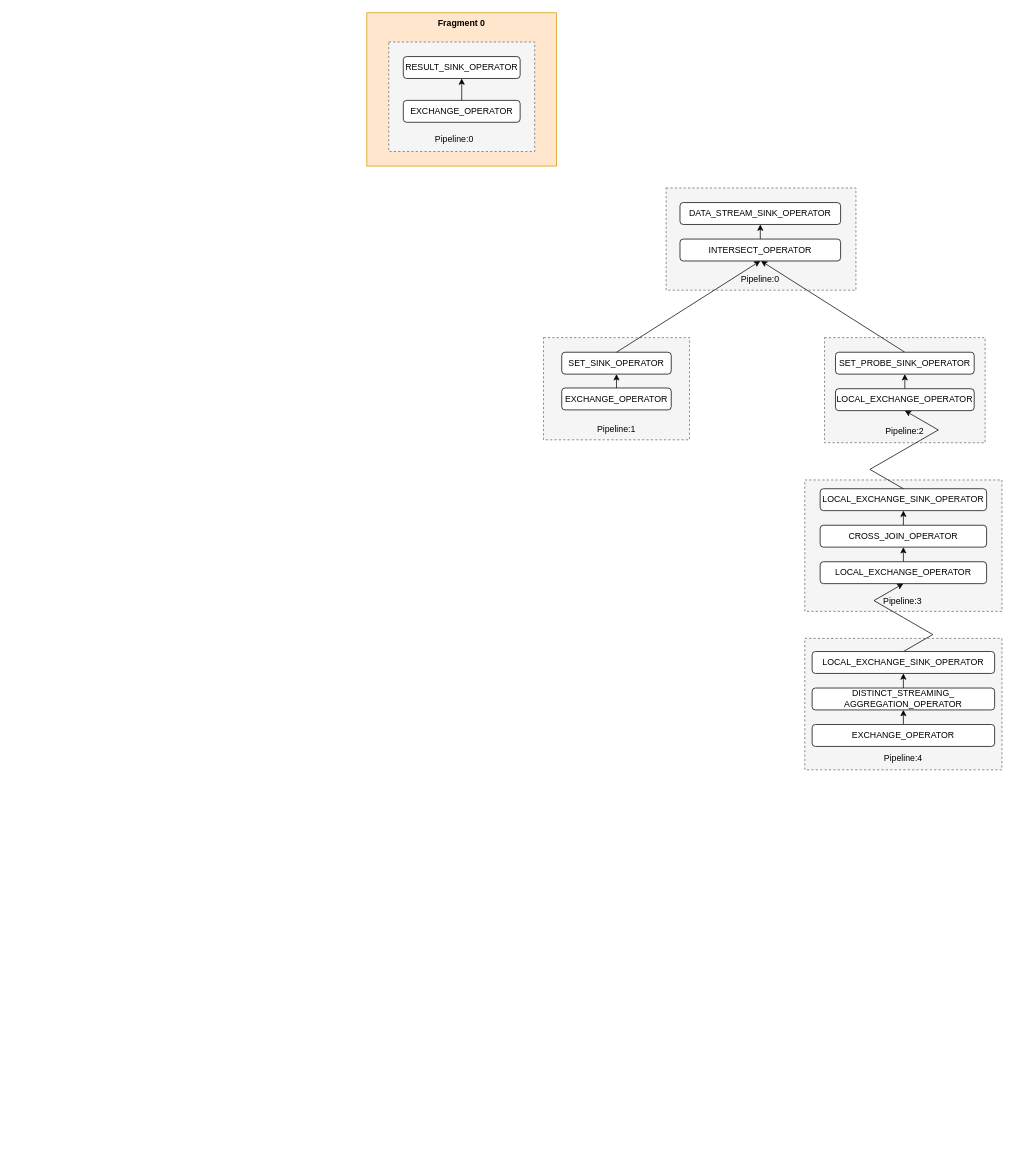
Above: Doris_pipeline.drawio in kingstar158/HelloWorld (draw.io), before the change. Source tidied: cells renumbered, new cells numbered last; positions are measured from the earlier drawing's top-left corner, leaving out a move shared by most shapes. Both pictures are drawn from the tidied source at 73%, with x=0, y=0 at pixel (366, 12).
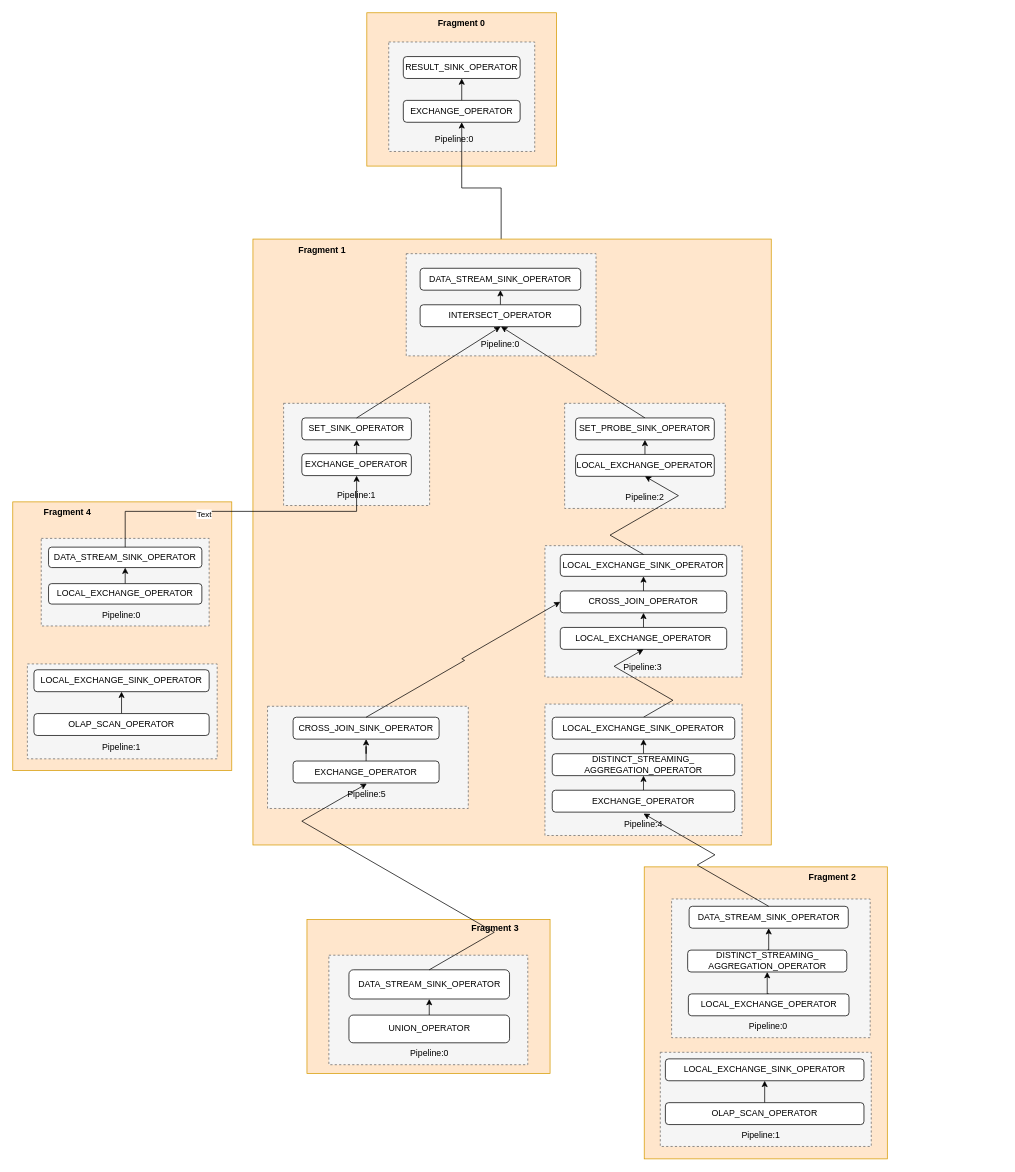
Above is the later version.

The change refers to these unchanged cells:
```xml
<mxCell id="9" value="EXCHANGE_OPERATOR" style="rounded=1;whiteSpace=wrap;html=1;" parent="4" vertex="1">
  <mxGeometry x="50" y="120" width="160" height="30" as="geometry" />
</mxCell>
<mxCell id="13" style="rounded=0;whiteSpace=wrap;html=1;fillColor=#f5f5f5;dashed=1;strokeColor=#666666;fontColor=#333333;" parent="12" vertex="1">
  <mxGeometry width="260" height="140" as="geometry" />
</mxCell>
<mxCell id="16" value="INTERSECT_OPERATOR" style="rounded=1;whiteSpace=wrap;html=1;" parent="12" vertex="1">
  <mxGeometry x="19" y="70" width="220" height="30" as="geometry" />
</mxCell>
<mxCell id="22" value="SET_SINK_OPERATOR" style="rounded=1;whiteSpace=wrap;html=1;" parent="20" vertex="1">
  <mxGeometry x="25" y="20" width="150" height="30" as="geometry" />
</mxCell>
<mxCell id="23" value="EXCHANGE_OPERATOR" style="rounded=1;whiteSpace=wrap;html=1;" parent="20" vertex="1">
  <mxGeometry x="25" y="69" width="150" height="30" as="geometry" />
</mxCell>
<mxCell id="32" value="LOCAL_EXCHANGE_SINK_OPERATOR" style="rounded=1;whiteSpace=wrap;html=1;" parent="30" vertex="1">
  <mxGeometry x="21" y="12" width="228" height="30" as="geometry" />
</mxCell>
<mxCell id="34" value="CROSS_JOIN_OPERATOR" style="rounded=1;whiteSpace=wrap;html=1;" parent="30" vertex="1">
  <mxGeometry x="21" y="62" width="228" height="30" as="geometry" />
</mxCell>
<mxCell id="36" value="LOCAL_EXCHANGE_OPERATOR" style="rounded=1;whiteSpace=wrap;html=1;" parent="30" vertex="1">
  <mxGeometry x="21" y="112" width="228" height="30" as="geometry" />
</mxCell>
```

The edit, as a diff of the source:
```diff
@@
-    <mxCell id="2" style="rounded=0;whiteSpace=wrap;html=1;fillColor=#f5f5f5;dashed=1;strokeColor=#666666;fontColor=#333333;" parent="1" vertex="1">
-      <mxGeometry x="600" y="857" width="270" height="180" as="geometry" />
-    </mxCell>
-    <mxCell id="3" style="rounded=0;whiteSpace=wrap;html=1;fillColor=#f5f5f5;dashed=1;strokeColor=#666666;fontColor=#333333;" parent="1" vertex="1">
-      <mxGeometry x="627" y="445" width="220" height="144" as="geometry" />
-    </mxCell>
+    <mxCell id="46" style="rounded=0;whiteSpace=wrap;html=1;fillColor=#ffe6cc;strokeColor=#d79b00;" parent="1" vertex="1">
+      <mxGeometry x="-485" y="670" width="300" height="368" as="geometry" />
+    </mxCell>
+    <mxCell id="47" style="rounded=0;whiteSpace=wrap;html=1;fillColor=#f5f5f5;dashed=1;strokeColor=#666666;fontColor=#333333;" parent="1" vertex="1">
+      <mxGeometry x="-465" y="892" width="260" height="130" as="geometry" />
+    </mxCell>
+    <mxCell id="48" style="rounded=0;whiteSpace=wrap;html=1;fillColor=#ffe6cc;strokeColor=#d79b00;" parent="1" vertex="1">
+      <mxGeometry x="380" y="1170" width="333" height="400" as="geometry" />
+    </mxCell>
+    <mxCell id="49" style="rounded=0;whiteSpace=wrap;html=1;fillColor=#f5f5f5;dashed=1;strokeColor=#666666;fontColor=#333333;" parent="1" vertex="1">
+      <mxGeometry x="417.5" y="1214" width="272" height="190" as="geometry" />
+    </mxCell>
@@
+    <mxCell id="50" value="DATA_STREAM_SINK_OPERATOR" style="rounded=1;whiteSpace=wrap;html=1;" parent="1" vertex="1">
+      <mxGeometry x="441.5" y="1224" width="218" height="30" as="geometry" />
+    </mxCell>
+    <mxCell id="51" style="edgeStyle=orthogonalEdgeStyle;rounded=0;jettySize=auto;html=1;exitX=0.5;exitY=0;exitDx=0;exitDy=0;entryX=0.5;entryY=1;entryDx=0;entryDy=0;" parent="1" edge="1" source="52" target="50">
+      <mxGeometry relative="1" as="geometry" />
+    </mxCell>
+    <mxCell id="52" value="DISTINCT_STREAMING_&lt;div&gt;AGGREGATION_OPERATOR&lt;/div&gt;" style="rounded=1;whiteSpace=wrap;html=1;" parent="1" vertex="1">
+      <mxGeometry x="439.5" y="1284" width="218" height="30" as="geometry" />
+    </mxCell>
+    <mxCell id="53" style="edgeStyle=orthogonalEdgeStyle;rounded=0;jettySize=auto;html=1;exitX=0.5;exitY=0;exitDx=0;exitDy=0;entryX=0.5;entryY=1;entryDx=0;entryDy=0;" parent="1" edge="1" source="54" target="52">
+      <mxGeometry relative="1" as="geometry" />
+    </mxCell>
+    <mxCell id="54" value="LOCAL_EXCHANGE_OPERATOR" style="rounded=1;whiteSpace=wrap;html=1;" parent="1" vertex="1">
+      <mxGeometry x="440.5" y="1344" width="220" height="30" as="geometry" />
+    </mxCell>
+    <mxCell id="55" value="Pipeline:0" style="text;html=1;align=center;verticalAlign=middle;whiteSpace=wrap;rounded=0;" parent="1" vertex="1">
+      <mxGeometry x="519.5" y="1374" width="60" height="30" as="geometry" />
+    </mxCell>
+    <mxCell id="56" style="group;" parent="1" vertex="1">
+      <mxGeometry x="402" y="1424" width="289" height="129" as="geometry" />
+    </mxCell>
+    <mxCell id="57" style="rounded=0;whiteSpace=wrap;html=1;fillColor=#f5f5f5;dashed=1;strokeColor=#666666;fontColor=#333333;" parent="56" vertex="1">
+      <mxGeometry width="289" height="129" as="geometry" />
+    </mxCell>
+    <mxCell id="58" value="LOCAL_EXCHANGE_SINK_OPERATOR" style="rounded=1;whiteSpace=wrap;html=1;" parent="56" vertex="1">
+      <mxGeometry x="7" y="9" width="272" height="30" as="geometry" />
+    </mxCell>
+    <mxCell id="59" style="edgeStyle=orthogonalEdgeStyle;rounded=0;jettySize=auto;html=1;exitX=0.5;exitY=0;exitDx=0;exitDy=0;entryX=0.5;entryY=1;entryDx=0;entryDy=0;" parent="56" edge="1" source="60" target="58">
+      <mxGeometry relative="1" as="geometry" />
+    </mxCell>
+    <mxCell id="60" value="OLAP_SCAN_OPERATOR" style="rounded=1;whiteSpace=wrap;html=1;" parent="56" vertex="1">
+      <mxGeometry x="7" y="69" width="272" height="30" as="geometry" />
+    </mxCell>
+    <mxCell id="61" value="Pipeline:1" style="text;html=1;align=center;verticalAlign=middle;whiteSpace=wrap;rounded=0;" parent="56" vertex="1">
+      <mxGeometry x="108" y="99" width="60" height="30" as="geometry" />
+    </mxCell>
+    <mxCell id="62" value="&lt;b&gt;Fragment 2&lt;/b&gt;" style="text;html=1;align=center;verticalAlign=middle;whiteSpace=wrap;rounded=0;" parent="1" vertex="1">
+      <mxGeometry x="563" y="1170" width="150" height="30" as="geometry" />
+    </mxCell>
+    <mxCell id="63" style="group;" parent="1" vertex="1">
+      <mxGeometry x="-82" y="1240" width="333" height="213" as="geometry" />
+    </mxCell>
+    <mxCell id="64" style="rounded=0;whiteSpace=wrap;html=1;fillColor=#ffe6cc;strokeColor=#d79b00;" parent="63" vertex="1">
+      <mxGeometry y="2" width="333" height="211" as="geometry" />
+    </mxCell>
+    <mxCell id="65" style="rounded=0;whiteSpace=wrap;html=1;fillColor=#f5f5f5;dashed=1;strokeColor=#666666;fontColor=#333333;" parent="63" vertex="1">
+      <mxGeometry x="30" y="51" width="272.5" height="150" as="geometry" />
+    </mxCell>
+    <mxCell id="66" value="DATA_STREAM_SINK_OPERATOR" style="rounded=1;whiteSpace=wrap;html=1;" parent="63" vertex="1">
+      <mxGeometry x="57.5" y="71" width="220" height="40" as="geometry" />
+    </mxCell>
+    <mxCell id="67" style="edgeStyle=orthogonalEdgeStyle;rounded=0;jettySize=auto;html=1;exitX=0.5;exitY=0;exitDx=0;exitDy=0;entryX=0.5;entryY=1;entryDx=0;entryDy=0;" parent="63" edge="1" source="68" target="66">
+      <mxGeometry relative="1" as="geometry" />
+    </mxCell>
+    <mxCell id="68" value="UNION_OPERATOR" style="rounded=1;whiteSpace=wrap;html=1;" parent="63" vertex="1">
+      <mxGeometry x="57.5" y="133" width="220" height="38" as="geometry" />
+    </mxCell>
+    <mxCell id="69" value="Pipeline:0" style="text;html=1;align=center;verticalAlign=middle;whiteSpace=wrap;rounded=0;" parent="63" vertex="1">
+      <mxGeometry x="137.5" y="171" width="60" height="30" as="geometry" />
+    </mxCell>
+    <mxCell id="70" value="&lt;b&gt;Fragment 3&lt;/b&gt;" style="text;html=1;align=center;verticalAlign=middle;whiteSpace=wrap;rounded=0;" parent="63" vertex="1">
+      <mxGeometry x="182.5" width="150" height="30" as="geometry" />
+    </mxCell>
+    <mxCell id="71" style="edgeStyle=orthogonalEdgeStyle;rounded=0;jettySize=auto;html=1;exitX=0.5;exitY=0;exitDx=0;exitDy=0;entryX=0.5;entryY=1;entryDx=0;entryDy=0;" parent="1" edge="1" source="13" target="9">
+      <mxGeometry relative="1" as="geometry" />
+    </mxCell>
+    <mxCell id="72" style="group;" parent="1" vertex="1">
+      <mxGeometry x="-156" y="310" width="710" height="830" as="geometry" />
+    </mxCell>
+    <mxCell id="73" style="rounded=0;whiteSpace=wrap;html=1;fillColor=#ffe6cc;strokeColor=#d79b00;" parent="72" vertex="1">
+      <mxGeometry width="710" height="830" as="geometry" />
+    </mxCell>
+    <mxCell id="2" style="rounded=0;whiteSpace=wrap;html=1;fillColor=#f5f5f5;dashed=1;strokeColor=#666666;fontColor=#333333;" parent="72" vertex="1">
+      <mxGeometry x="400" y="637" width="270" height="180" as="geometry" />
+    </mxCell>
+    <mxCell id="3" style="rounded=0;whiteSpace=wrap;html=1;fillColor=#f5f5f5;dashed=1;strokeColor=#666666;fontColor=#333333;" parent="72" vertex="1">
+      <mxGeometry x="427" y="225" width="220" height="144" as="geometry" />
+    </mxCell>
-    <mxCell id="12" style="group;" parent="1" vertex="1">
-      <mxGeometry x="410" y="240" width="260" height="140" as="geometry" />
+    <mxCell id="12" style="group;" parent="72" vertex="1">
+      <mxGeometry x="210" y="20" width="260" height="140" as="geometry" />
     </mxCell>
@@
-    <mxCell id="18" style="rounded=0;jettySize=auto;html=1;exitX=0.5;exitY=0;exitDx=0;exitDy=0;" parent="1" edge="1" source="19">
+    <mxCell id="18" style="rounded=0;jettySize=auto;html=1;exitX=0.5;exitY=0;exitDx=0;exitDy=0;" parent="72" edge="1" source="19">
       <mxGeometry relative="1" as="geometry">
-        <mxPoint x="540" y="340" as="targetPoint" />
+        <mxPoint x="340" y="120" as="targetPoint" />
       </mxGeometry>
     </mxCell>
-    <mxCell id="19" value="SET_PROBE_SINK_OPERATOR" style="rounded=1;whiteSpace=wrap;html=1;" parent="1" vertex="1">
-      <mxGeometry x="642" y="465" width="190" height="30" as="geometry" />
+    <mxCell id="19" value="SET_PROBE_SINK_OPERATOR" style="rounded=1;whiteSpace=wrap;html=1;" parent="72" vertex="1">
+      <mxGeometry x="442" y="245" width="190" height="30" as="geometry" />
     </mxCell>
-    <mxCell id="20" style="group;" parent="1" vertex="1">
-      <mxGeometry x="242" y="445" width="200" height="141" as="geometry" />
+    <mxCell id="20" style="group;" parent="72" vertex="1">
+      <mxGeometry x="42" y="225" width="200" height="141" as="geometry" />
     </mxCell>
@@
-    <mxCell id="26" style="edgeStyle=orthogonalEdgeStyle;rounded=0;jettySize=auto;html=1;exitX=0.5;exitY=0;exitDx=0;exitDy=0;entryX=0.5;entryY=1;entryDx=0;entryDy=0;" parent="1" edge="1" source="27" target="19">
+    <mxCell id="26" style="edgeStyle=orthogonalEdgeStyle;rounded=0;jettySize=auto;html=1;exitX=0.5;exitY=0;exitDx=0;exitDy=0;entryX=0.5;entryY=1;entryDx=0;entryDy=0;" parent="72" edge="1" source="27" target="19">
       <mxGeometry relative="1" as="geometry" />
     </mxCell>
-    <mxCell id="27" value="LOCAL_EXCHANGE_OPERATOR" style="rounded=1;whiteSpace=wrap;html=1;" parent="1" vertex="1">
-      <mxGeometry x="642" y="515" width="190" height="30" as="geometry" />
+    <mxCell id="27" value="LOCAL_EXCHANGE_OPERATOR" style="rounded=1;whiteSpace=wrap;html=1;" parent="72" vertex="1">
+      <mxGeometry x="442" y="295" width="190" height="30" as="geometry" />
     </mxCell>
-    <mxCell id="28" value="Pipeline:2" style="text;html=1;align=center;verticalAlign=middle;whiteSpace=wrap;rounded=0;" parent="1" vertex="1">
-      <mxGeometry x="707" y="559" width="60" height="30" as="geometry" />
+    <mxCell id="28" value="Pipeline:2" style="text;html=1;align=center;verticalAlign=middle;whiteSpace=wrap;rounded=0;" parent="72" vertex="1">
+      <mxGeometry x="507" y="339" width="60" height="30" as="geometry" />
     </mxCell>
-    <mxCell id="29" style="rounded=0;jettySize=auto;html=1;exitX=0.5;exitY=0;exitDx=0;exitDy=0;entryX=0.5;entryY=1;entryDx=0;entryDy=0;" parent="1" edge="1" source="22" target="16">
+    <mxCell id="29" style="rounded=0;jettySize=auto;html=1;exitX=0.5;exitY=0;exitDx=0;exitDy=0;entryX=0.5;entryY=1;entryDx=0;entryDy=0;" parent="72" edge="1" source="22" target="16">
       <mxGeometry relative="1" as="geometry" />
     </mxCell>
-    <mxCell id="30" style="group;" parent="1" vertex="1">
-      <mxGeometry x="600" y="640" width="270" height="182" as="geometry" />
+    <mxCell id="30" style="group;" parent="72" vertex="1">
+      <mxGeometry x="400" y="420" width="270" height="182" as="geometry" />
     </mxCell>
@@
-    <mxCell id="38" style="edgeStyle=isometricEdgeStyle;rounded=0;jettySize=auto;html=1;exitX=0.5;exitY=0;exitDx=0;exitDy=0;entryX=0.5;entryY=1;entryDx=0;entryDy=0;" parent="1" edge="1" source="39" target="36">
+    <mxCell id="38" style="edgeStyle=isometricEdgeStyle;rounded=0;jettySize=auto;html=1;exitX=0.5;exitY=0;exitDx=0;exitDy=0;entryX=0.5;entryY=1;entryDx=0;entryDy=0;" parent="72" edge="1" source="39" target="36">
       <mxGeometry relative="1" as="geometry" />
     </mxCell>
-    <mxCell id="39" value="LOCAL_EXCHANGE_SINK_OPERATOR" style="rounded=1;whiteSpace=wrap;html=1;" parent="1" vertex="1">
-      <mxGeometry x="610" y="875" width="250" height="30" as="geometry" />
+    <mxCell id="39" value="LOCAL_EXCHANGE_SINK_OPERATOR" style="rounded=1;whiteSpace=wrap;html=1;" parent="72" vertex="1">
+      <mxGeometry x="410" y="655" width="250" height="30" as="geometry" />
     </mxCell>
-    <mxCell id="40" style="edgeStyle=orthogonalEdgeStyle;rounded=0;jettySize=auto;html=1;exitX=0.5;exitY=0;exitDx=0;exitDy=0;entryX=0.5;entryY=1;entryDx=0;entryDy=0;" parent="1" edge="1" source="41" target="39">
+    <mxCell id="40" style="edgeStyle=orthogonalEdgeStyle;rounded=0;jettySize=auto;html=1;exitX=0.5;exitY=0;exitDx=0;exitDy=0;entryX=0.5;entryY=1;entryDx=0;entryDy=0;" parent="72" edge="1" source="41" target="39">
       <mxGeometry relative="1" as="geometry" />
     </mxCell>
-    <mxCell id="41" value="DISTINCT_STREAMING_&lt;div&gt;AGGREGATION_OPERATOR&lt;/div&gt;" style="rounded=1;whiteSpace=wrap;html=1;" parent="1" vertex="1">
-      <mxGeometry x="610" y="925" width="250" height="30" as="geometry" />
+    <mxCell id="41" value="DISTINCT_STREAMING_&lt;div&gt;AGGREGATION_OPERATOR&lt;/div&gt;" style="rounded=1;whiteSpace=wrap;html=1;" parent="72" vertex="1">
+      <mxGeometry x="410" y="705" width="250" height="30" as="geometry" />
     </mxCell>
-    <mxCell id="42" style="edgeStyle=orthogonalEdgeStyle;rounded=0;jettySize=auto;html=1;exitX=0.5;exitY=0;exitDx=0;exitDy=0;entryX=0.5;entryY=1;entryDx=0;entryDy=0;" parent="1" edge="1" source="43" target="41">
+    <mxCell id="42" style="edgeStyle=orthogonalEdgeStyle;rounded=0;jettySize=auto;html=1;exitX=0.5;exitY=0;exitDx=0;exitDy=0;entryX=0.5;entryY=1;entryDx=0;entryDy=0;" parent="72" edge="1" source="43" target="41">
       <mxGeometry relative="1" as="geometry" />
     </mxCell>
-    <mxCell id="43" value="EXCHANGE_OPERATOR" style="rounded=1;whiteSpace=wrap;html=1;" parent="1" vertex="1">
-      <mxGeometry x="610" y="975" width="250" height="30" as="geometry" />
+    <mxCell id="43" value="EXCHANGE_OPERATOR" style="rounded=1;whiteSpace=wrap;html=1;" parent="72" vertex="1">
+      <mxGeometry x="410" y="755" width="250" height="30" as="geometry" />
     </mxCell>
-    <mxCell id="44" style="edgeStyle=isometricEdgeStyle;rounded=0;jettySize=auto;html=1;exitX=0.5;exitY=0;exitDx=0;exitDy=0;entryX=0.5;entryY=1;entryDx=0;entryDy=0;elbow=vertical;" parent="1" edge="1" source="32" target="27">
+    <mxCell id="44" style="edgeStyle=isometricEdgeStyle;rounded=0;jettySize=auto;html=1;exitX=0.5;exitY=0;exitDx=0;exitDy=0;entryX=0.5;entryY=1;entryDx=0;entryDy=0;elbow=vertical;" parent="72" edge="1" source="32" target="27">
       <mxGeometry relative="1" as="geometry" />
     </mxCell>
-    <mxCell id="45" value="Pipeline:4" style="text;html=1;align=center;verticalAlign=middle;whiteSpace=wrap;rounded=0;" parent="1" vertex="1">
-      <mxGeometry x="705" y="1007" width="60" height="30" as="geometry" />
+    <mxCell id="45" value="Pipeline:4" style="text;html=1;align=center;verticalAlign=middle;whiteSpace=wrap;rounded=0;" parent="72" vertex="1">
+      <mxGeometry x="505" y="787" width="60" height="30" as="geometry" />
     </mxCell>
+    <mxCell id="74" style="group;" parent="72" vertex="1">
+      <mxGeometry x="20" y="640" width="275" height="140" as="geometry" />
+    </mxCell>
+    <mxCell id="75" style="rounded=0;whiteSpace=wrap;html=1;fillColor=#f5f5f5;dashed=1;strokeColor=#666666;fontColor=#333333;" parent="74" vertex="1">
+      <mxGeometry width="275" height="140" as="geometry" />
+    </mxCell>
+    <mxCell id="76" value="CROSS_JOIN_SINK_OPERATOR" style="rounded=1;whiteSpace=wrap;html=1;" parent="74" vertex="1">
+      <mxGeometry x="35" y="15" width="200" height="30" as="geometry" />
+    </mxCell>
+    <mxCell id="77" style="edgeStyle=orthogonalEdgeStyle;rounded=0;jettySize=auto;html=1;exitX=0.5;exitY=0;exitDx=0;exitDy=0;" parent="74" edge="1" source="78" target="76">
+      <mxGeometry relative="1" as="geometry" />
+    </mxCell>
+    <mxCell id="78" value="EXCHANGE_OPERATOR" style="rounded=1;whiteSpace=wrap;html=1;" parent="74" vertex="1">
+      <mxGeometry x="35" y="75" width="200" height="30" as="geometry" />
+    </mxCell>
+    <mxCell id="79" value="Pipeline:5" style="text;html=1;align=center;verticalAlign=middle;whiteSpace=wrap;rounded=0;" parent="74" vertex="1">
+      <mxGeometry x="106" y="106" width="60" height="30" as="geometry" />
+    </mxCell>
+    <mxCell id="80" style="edgeStyle=isometricEdgeStyle;rounded=0;jettySize=auto;html=1;exitX=0.5;exitY=0;exitDx=0;exitDy=0;entryX=0;entryY=0.5;entryDx=0;entryDy=0;" parent="72" edge="1" source="76" target="34">
+      <mxGeometry relative="1" as="geometry" />
+    </mxCell>
+    <mxCell id="81" value="&lt;b&gt;Fragment 1&lt;/b&gt;" style="text;html=1;align=center;verticalAlign=middle;whiteSpace=wrap;rounded=0;" parent="72" vertex="1">
+      <mxGeometry x="20" width="150" height="30" as="geometry" />
+    </mxCell>
+    <mxCell id="82" style="edgeStyle=isometricEdgeStyle;rounded=0;jettySize=auto;html=1;exitX=0.5;exitY=0;exitDx=0;exitDy=0;entryX=0.5;entryY=0;entryDx=0;entryDy=0;" parent="1" edge="1" source="66" target="79">
+      <mxGeometry relative="1" as="geometry" />
+    </mxCell>
+    <mxCell id="83" style="edgeStyle=isometricEdgeStyle;rounded=0;jettySize=auto;html=1;exitX=0.5;exitY=0;exitDx=0;exitDy=0;entryX=0.5;entryY=0;entryDx=0;entryDy=0;elbow=vertical;" parent="1" edge="1" source="50" target="45">
+      <mxGeometry relative="1" as="geometry" />
+    </mxCell>
+    <mxCell id="84" style="group;" parent="1" vertex="1">
+      <mxGeometry x="-446" y="720" width="230" height="120" as="geometry" />
+    </mxCell>
+    <mxCell id="85" style="rounded=0;whiteSpace=wrap;html=1;fillColor=#f5f5f5;dashed=1;strokeColor=#666666;fontColor=#333333;" parent="84" vertex="1">
+      <mxGeometry width="230" height="120" as="geometry" />
+    </mxCell>
+    <mxCell id="86" value="DATA_STREAM_SINK_OPERATOR" style="rounded=1;whiteSpace=wrap;html=1;" parent="84" vertex="1">
+      <mxGeometry x="10" y="12" width="210" height="28" as="geometry" />
+    </mxCell>
+    <mxCell id="87" style="edgeStyle=orthogonalEdgeStyle;rounded=0;jettySize=auto;html=1;exitX=0.5;exitY=0;exitDx=0;exitDy=0;entryX=0.5;entryY=1;entryDx=0;entryDy=0;" parent="84" edge="1" source="88" target="86">
+      <mxGeometry relative="1" as="geometry" />
+    </mxCell>
+    <mxCell id="88" value="LOCAL_EXCHANGE_OPERATOR" style="rounded=1;whiteSpace=wrap;html=1;" parent="84" vertex="1">
+      <mxGeometry x="10" y="62" width="210" height="28" as="geometry" />
+    </mxCell>
+    <mxCell id="89" value="Pipeline:0" style="text;html=1;align=center;verticalAlign=middle;whiteSpace=wrap;rounded=0;" parent="84" vertex="1">
+      <mxGeometry x="80" y="90" width="60" height="30" as="geometry" />
+    </mxCell>
+    <mxCell id="90" value="LOCAL_EXCHANGE_SINK_OPERATOR" style="rounded=1;whiteSpace=wrap;html=1;" parent="1" vertex="1">
+      <mxGeometry x="-456" y="900" width="240" height="30" as="geometry" />
+    </mxCell>
+    <mxCell id="91" style="edgeStyle=orthogonalEdgeStyle;rounded=0;jettySize=auto;html=1;exitX=0.5;exitY=0;exitDx=0;exitDy=0;entryX=0.5;entryY=1;entryDx=0;entryDy=0;" parent="1" edge="1" source="92" target="90">
+      <mxGeometry relative="1" as="geometry" />
+    </mxCell>
+    <mxCell id="92" value="OLAP_SCAN_OPERATOR" style="rounded=1;whiteSpace=wrap;html=1;" parent="1" vertex="1">
+      <mxGeometry x="-456" y="960" width="240" height="30" as="geometry" />
+    </mxCell>
+    <mxCell id="93" value="Pipeline:1" style="text;html=1;align=center;verticalAlign=middle;whiteSpace=wrap;rounded=0;" parent="1" vertex="1">
+      <mxGeometry x="-366" y="992" width="60" height="30" as="geometry" />
+    </mxCell>
+    <mxCell id="94" value="&lt;b&gt;Fragment 4&lt;/b&gt;" style="text;html=1;align=center;verticalAlign=middle;whiteSpace=wrap;rounded=0;" parent="1" vertex="1">
+      <mxGeometry x="-485" y="670" width="150" height="30" as="geometry" />
+    </mxCell>
+    <mxCell id="95" style="edgeStyle=orthogonalEdgeStyle;rounded=0;jettySize=auto;html=1;exitX=0.5;exitY=0;exitDx=0;exitDy=0;" parent="1" edge="1" source="86" target="23">
+      <mxGeometry relative="1" as="geometry" />
+    </mxCell>
+    <mxCell id="96" value="Text" style="edgeLabel;html=1;align=center;verticalAlign=middle;" parent="95" vertex="1">
+      <mxGeometry x="-0.25" y="-3" relative="1" as="geometry" />
+    </mxCell>
```
